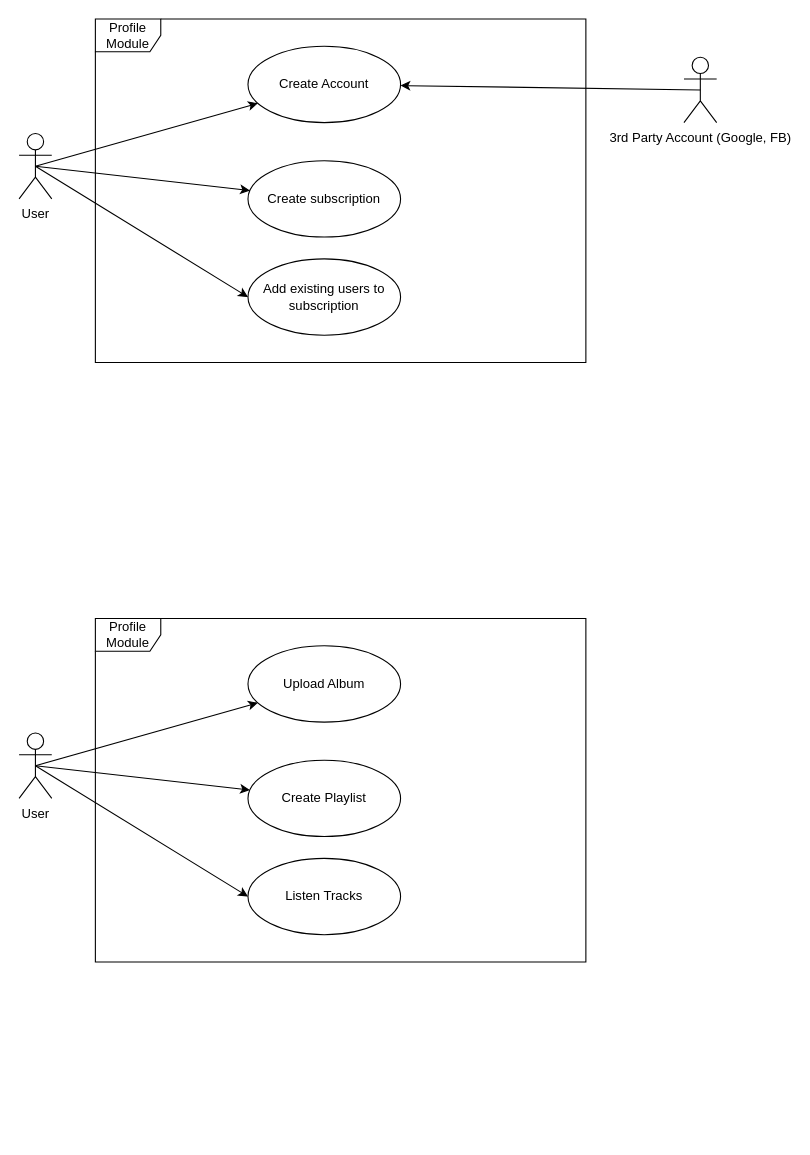
The draw.io diagram page "Use Cases" (2 of 2) of diagrams/main.drawio in HostYourMusic/documentation, before the edit. Source tidied: cells renumbered, new cells numbered last; positions are measured from the earlier drawing's top-left corner, leaving out a move shared by most shapes. Both pictures are drawn from the tidied source at 109%, with x=0, y=0 at pixel (19, 19).
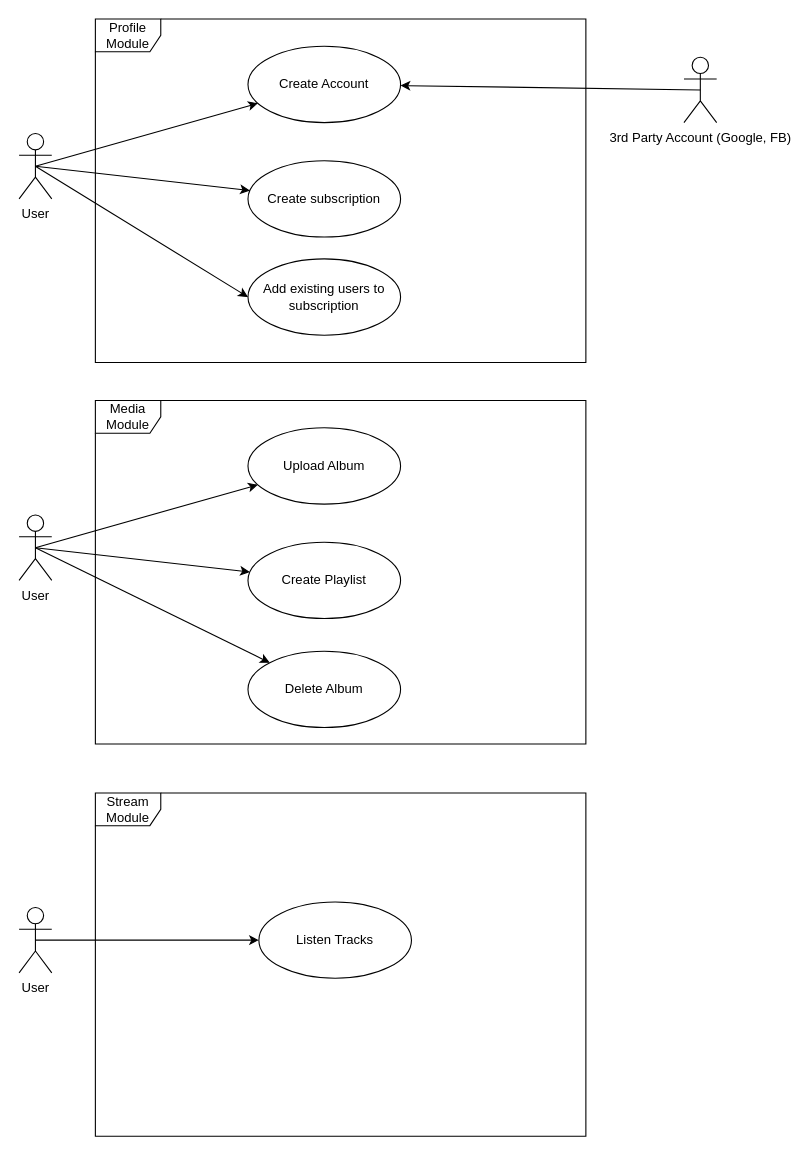
The same diagram, later.

The edit, as a diff of the source:
```diff
@@
-    <mxCell id="12" value="Profile Module" style="shape=umlFrame;whiteSpace=wrap;html=1;" parent="1" vertex="1">
-      <mxGeometry x="70" y="550" width="450" height="315" as="geometry" />
+    <mxCell id="12" value="Media Module" style="shape=umlFrame;whiteSpace=wrap;html=1;" parent="1" vertex="1">
+      <mxGeometry x="70" y="350" width="450" height="315" as="geometry" />
     </mxCell>
     <mxCell id="13" value="User" style="shape=umlActor;verticalLabelPosition=bottom;verticalAlign=top;html=1;" parent="1" vertex="1">
-      <mxGeometry y="655" width="30" height="60" as="geometry" />
+      <mxGeometry y="455" width="30" height="60" as="geometry" />
     </mxCell>
     <mxCell id="14" value="Create Playlist" style="ellipse;whiteSpace=wrap;html=1;" parent="1" vertex="1">
-      <mxGeometry x="210" y="680" width="140" height="70" as="geometry" />
+      <mxGeometry x="210" y="480" width="140" height="70" as="geometry" />
     </mxCell>
     <mxCell id="15" value="Upload Album" style="ellipse;whiteSpace=wrap;html=1;" parent="1" vertex="1">
-      <mxGeometry x="210" y="575" width="140" height="70" as="geometry" />
+      <mxGeometry x="210" y="375" width="140" height="70" as="geometry" />
     </mxCell>
@@
+    <mxCell id="20" value="Stream Module" style="shape=umlFrame;whiteSpace=wrap;html=1;" parent="1" vertex="1">
+      <mxGeometry x="70" y="710" width="450" height="315" as="geometry" />
+    </mxCell>
+    <mxCell id="21" value="User" style="shape=umlActor;verticalLabelPosition=bottom;verticalAlign=top;html=1;" parent="1" vertex="1">
+      <mxGeometry y="815" width="30" height="60" as="geometry" />
+    </mxCell>
     <mxCell id="18" value="Listen Tracks" style="ellipse;whiteSpace=wrap;html=1;" parent="1" vertex="1">
-      <mxGeometry x="210" y="770" width="140" height="70" as="geometry" />
+      <mxGeometry x="220" y="810" width="140" height="70" as="geometry" />
     </mxCell>
-    <mxCell id="19" style="endArrow=classic;html=1;exitX=0.5;exitY=0.5;exitDx=0;exitDy=0;exitPerimeter=0;entryX=0;entryY=0.5;entryDx=0;entryDy=0;" parent="1" edge="1" source="13" target="18">
-      <mxGeometry relative="1" as="geometry" />
-    </mxCell>
+    <mxCell id="22" style="endArrow=classic;html=1;exitX=0.5;exitY=0.5;exitDx=0;exitDy=0;exitPerimeter=0;entryX=0;entryY=0.5;entryDx=0;entryDy=0;" parent="1" edge="1" source="21" target="18">
+      <mxGeometry relative="1" as="geometry" />
+    </mxCell>
+    <mxCell id="23" value="Delete Album" style="ellipse;whiteSpace=wrap;html=1;" parent="1" vertex="1">
+      <mxGeometry x="210" y="580" width="140" height="70" as="geometry" />
+    </mxCell>
+    <mxCell id="24" style="endArrow=classic;html=1;exitX=0.5;exitY=0.5;exitDx=0;exitDy=0;exitPerimeter=0;" parent="1" edge="1" source="13" target="23">
+      <mxGeometry relative="1" as="geometry" />
+    </mxCell>
```
